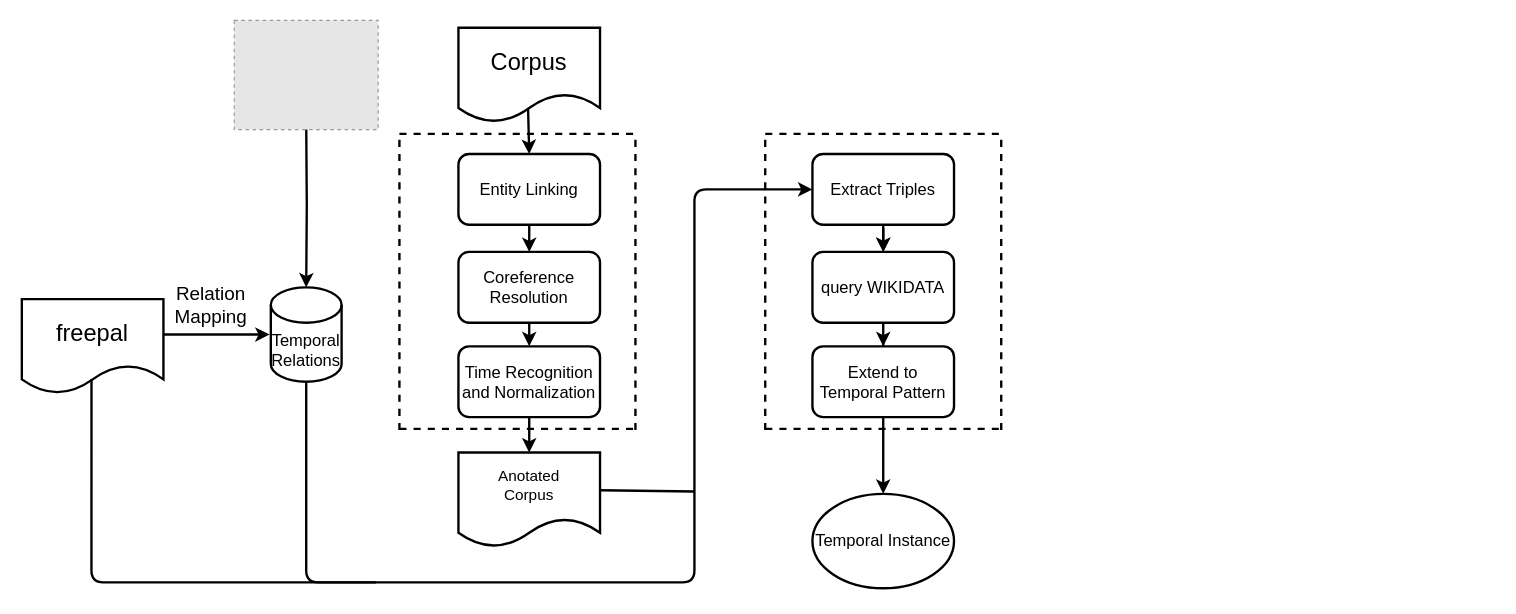
Earlier version of the draw.io diagram Untitled Diagram.drawio (JianhaoChen-nju/cjh-house). Source tidied: cells renumbered, new cells numbered last; positions are measured from the earlier drawing's top-left corner, leaving out a move shared by most shapes. Both pictures are drawn from the tidied source at 118%, with x=0, y=0 at pixel (21, 20). Pictures stored in the file or linked from it are replaced by grey dashed boxes.
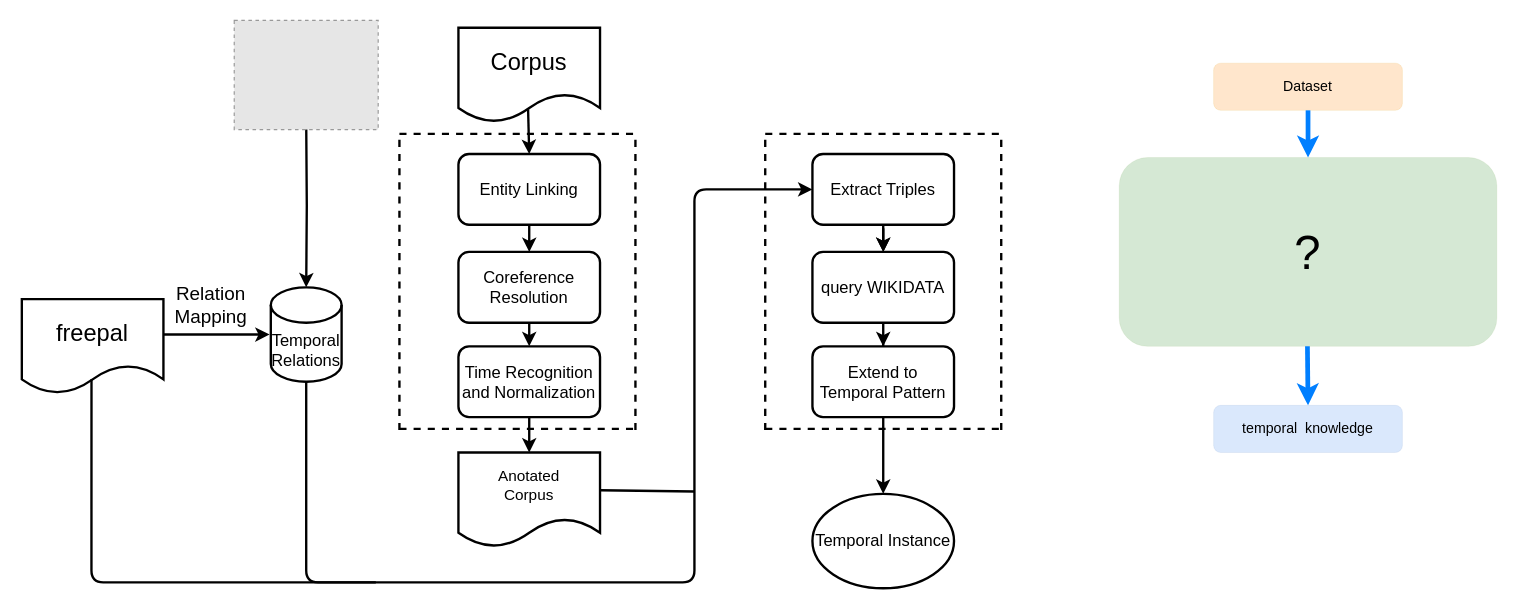
After the change.

Diff of the diagram source:
```diff
@@
+    <mxCell id="36" value="Dataset" style="rounded=1;whiteSpace=wrap;html=1;fillColor=#ffe6cc;strokeColor=#d79b00;strokeWidth=0;" parent="1" vertex="1">
+      <mxGeometry x="1010" y="36" width="160" height="40" as="geometry" />
+    </mxCell>
+    <mxCell id="37" value="&lt;font style=&quot;font-size: 40px&quot;&gt;?&lt;/font&gt;" style="rounded=1;whiteSpace=wrap;html=1;strokeWidth=0;fillColor=#d5e8d4;strokeColor=#82b366;" parent="1" vertex="1">
+      <mxGeometry x="930" y="116" width="320" height="160" as="geometry" />
+    </mxCell>
+    <mxCell id="38" value="temporal&amp;nbsp; knowledge" style="rounded=1;whiteSpace=wrap;html=1;fillColor=#dae8fc;strokeColor=#6c8ebf;strokeWidth=0;" parent="1" vertex="1">
+      <mxGeometry x="1010" y="326" width="160" height="40" as="geometry" />
+    </mxCell>
+    <mxCell id="39" style="edgeStyle=orthogonalEdgeStyle;rounded=0;orthogonalLoop=1;jettySize=auto;html=1;strokeWidth=4;strokeColor=#007FFF;" parent="1" edge="1">
+      <mxGeometry relative="1" as="geometry">
+        <mxPoint x="1090" y="76" as="sourcePoint" />
+        <mxPoint x="1090" y="116" as="targetPoint" />
+        <Array as="points">
+          <mxPoint x="1090" y="96" />
+          <mxPoint x="1090" y="96" />
+        </Array>
+      </mxGeometry>
+    </mxCell>
+    <mxCell id="40" style="edgeStyle=orthogonalEdgeStyle;rounded=0;jettySize=auto;html=1;strokeWidth=4;strokeColor=#007FFF;entryX=0.5;entryY=0;entryDx=0;entryDy=0;" parent="1" edge="1" target="38">
+      <mxGeometry relative="1" as="geometry">
+        <mxPoint x="1089.5" y="276" as="sourcePoint" />
+      </mxGeometry>
+    </mxCell>
```
